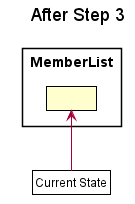
Above: docs/hrDiagramPic/2-1S3.png in nus-cs2113-AY2021S1/tp (PlantUML), before the change. The source it was exported from:
```plantuml
@startuml





skinparam BackgroundColor #FFFFFFF

skinparam Shadowing false

skinparam Class {
    FontColor #FFFFFF
    BorderThickness 1
    BorderColor #FFFFFF
    StereotypeFontColor #FFFFFF
    FontName Arial
}

skinparam Actor {
    BorderColor #000000
    Color #000000
    FontName Arial
}

skinparam Sequence {
    MessageAlign center
    BoxFontSize 15
    BoxPadding 0
    BoxFontColor #FFFFFF
    FontName Arial
}

skinparam Participant {
    FontColor #FFFFFFF
    Padding 20
}

skinparam MinClassWidth 50
skinparam ParticipantPadding 10
skinparam Shadowing false
skinparam DefaultTextAlignment center
skinparam packageStyle Rectangle

hide footbox
hide members
hide circle

skinparam ClassFontColor #000000
skinparam ClassBorderColor #000000

title After Step 3

package MemberList {
    class State1 as " "
}

class Pointer as "Current State" #FFFFF
Pointer -up-> State1
@enduml
```
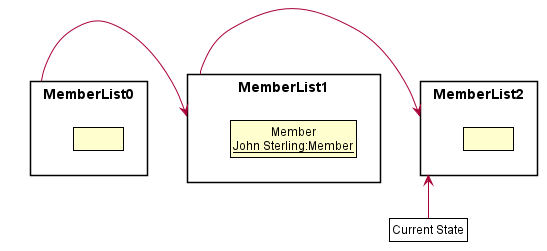
Later version of the same file.

The edit, as a diff of the source:
```diff
@@ -48,12 +48,20 @@
 skinparam ClassFontColor #000000
 skinparam ClassBorderColor #000000
 
-title After Step 3
-
-package MemberList {
+package MemberList0 {
     class State1 as " "
 }
+package MemberList1 {
+    class State2 as "Member\n__John Sterling:Member__"
+}
+
+package MemberList2 {
+    class State3 as " "
+}
+
+MemberList0 -left->MemberList1
+MemberList1 -left->MemberList2
 
 class Pointer as "Current State" #FFFFF
-Pointer -up-> State1
+Pointer -up-> MemberList2
 @enduml
```
